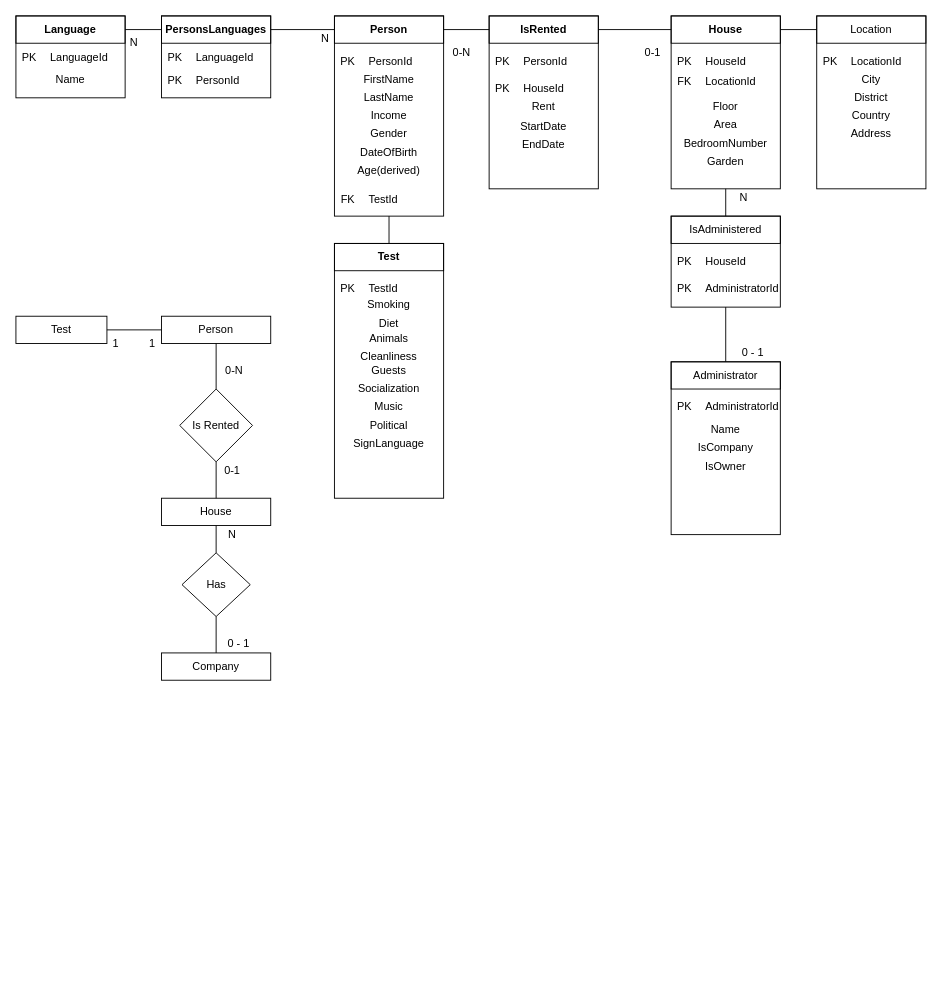
The draw.io diagram Schemas/ERDiagram.drawio in DimitraK92/Your_New_House_Mate_TeamProject, before the edit. Source tidied: cells renumbered, new cells numbered last; positions are measured from the earlier drawing's top-left corner, leaving out a move shared by most shapes. Both pictures are drawn from the tidied source at 91%, with x=0, y=0 at pixel (15, 15).
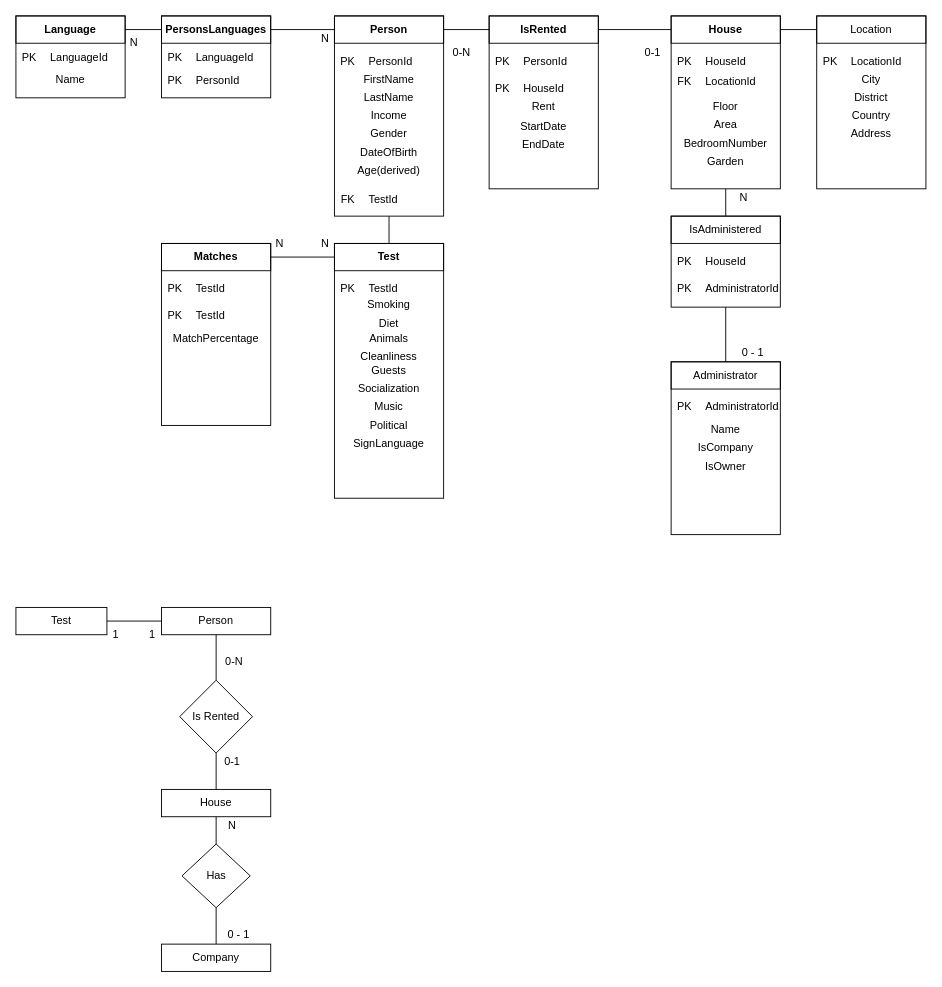
The same page after the edit.

Unchanged cells that the change refers to:
```xml
<mxCell id="118" value="&lt;b&gt;Test&lt;/b&gt;" style="rounded=0;whiteSpace=wrap;html=1;fillColor=none;" parent="1" vertex="1">
  <mxGeometry x="350" y="250" width="120" height="30" as="geometry" />
</mxCell>
```

What changed in the source:
```diff
@@
     <mxCell id="2" value="Person" style="rounded=0;whiteSpace=wrap;html=1;fillColor=none;" parent="1" vertex="1">
-      <mxGeometry x="160" y="330" width="120" height="30" as="geometry" />
+      <mxGeometry x="160" y="650" width="120" height="30" as="geometry" />
     </mxCell>
     <mxCell id="3" value="Company" style="rounded=0;whiteSpace=wrap;html=1;fillColor=none;" parent="1" vertex="1">
-      <mxGeometry x="160" y="700" width="120" height="30" as="geometry" />
+      <mxGeometry x="160" y="1020" width="120" height="30" as="geometry" />
     </mxCell>
     <mxCell id="4" value="Has" style="rhombus;whiteSpace=wrap;html=1;fillColor=none;" parent="1" vertex="1">
-      <mxGeometry x="182.5" y="590" width="75" height="70" as="geometry" />
+      <mxGeometry x="182.5" y="910" width="75" height="70" as="geometry" />
     </mxCell>
     <mxCell id="5" value="House" style="rounded=0;whiteSpace=wrap;html=1;fillColor=none;" parent="1" vertex="1">
-      <mxGeometry x="160" y="530" width="120" height="30" as="geometry" />
+      <mxGeometry x="160" y="850" width="120" height="30" as="geometry" />
     </mxCell>
     <mxCell id="6" value="0 - 1" style="text;html=1;strokeColor=none;fillColor=none;align=center;verticalAlign=middle;whiteSpace=wrap;rounded=0;" parent="1" vertex="1">
-      <mxGeometry x="225" y="680" width="40" height="20" as="geometry" />
+      <mxGeometry x="225" y="1000" width="40" height="20" as="geometry" />
     </mxCell>
     <mxCell id="7" value="N" style="text;html=1;strokeColor=none;fillColor=none;align=center;verticalAlign=middle;whiteSpace=wrap;rounded=0;" parent="1" vertex="1">
-      <mxGeometry x="217.5" y="560" width="40" height="20" as="geometry" />
+      <mxGeometry x="217.5" y="880" width="40" height="20" as="geometry" />
     </mxCell>
     <mxCell id="8" value="Is Rented" style="rhombus;whiteSpace=wrap;html=1;fillColor=none;" parent="1" vertex="1">
-      <mxGeometry x="180" y="410" width="80" height="80" as="geometry" />
+      <mxGeometry x="180" y="730" width="80" height="80" as="geometry" />
     </mxCell>
     <mxCell id="9" value="0-1" style="text;html=1;strokeColor=none;fillColor=none;align=center;verticalAlign=middle;whiteSpace=wrap;rounded=0;" parent="1" vertex="1">
-      <mxGeometry x="217.5" y="490" width="40" height="20" as="geometry" />
+      <mxGeometry x="217.5" y="810" width="40" height="20" as="geometry" />
     </mxCell>
     <mxCell id="10" value="0-N" style="text;html=1;strokeColor=none;fillColor=none;align=center;verticalAlign=middle;whiteSpace=wrap;rounded=0;" parent="1" vertex="1">
-      <mxGeometry x="220" y="380" width="40" height="20" as="geometry" />
+      <mxGeometry x="220" y="700" width="40" height="20" as="geometry" />
     </mxCell>
     <mxCell id="11" style="endArrow=none;html=1;exitX=0.5;exitY=1;exitDx=0;exitDy=0;" parent="1" edge="1" source="8">
       <mxGeometry relative="1" as="geometry">
-        <mxPoint x="220" y="530" as="targetPoint" />
+        <mxPoint x="220" y="850" as="targetPoint" />
       </mxGeometry>
     </mxCell>
@@
     <mxCell id="15" value="Test" style="rounded=0;whiteSpace=wrap;html=1;fillColor=none;" parent="1" vertex="1">
-      <mxGeometry y="330" width="100" height="30" as="geometry" />
+      <mxGeometry y="650" width="100" height="30" as="geometry" />
     </mxCell>
@@
     <mxCell id="17" value="1&lt;br&gt;" style="text;html=1;strokeColor=none;fillColor=none;align=center;verticalAlign=middle;whiteSpace=wrap;rounded=0;" parent="1" vertex="1">
-      <mxGeometry x="130" y="350" width="40" height="20" as="geometry" />
+      <mxGeometry x="130" y="670" width="40" height="20" as="geometry" />
     </mxCell>
     <mxCell id="18" value="1&lt;br&gt;" style="text;html=1;strokeColor=none;fillColor=none;align=center;verticalAlign=middle;whiteSpace=wrap;rounded=0;" parent="1" vertex="1">
-      <mxGeometry x="90" y="350" width="40" height="20" as="geometry" />
+      <mxGeometry x="90" y="670" width="40" height="20" as="geometry" />
     </mxCell>
@@
-    <mxCell id="120" style="shape=table;startSize=0;childLayout=tableLayout;rowLines=0;fontStyle=0;align=center;strokeColor=none;fillColor=none;" parent="1" vertex="1">
+    <mxCell id="120" style="shape=table;startSize=0;childLayout=tableLayout;rowLines=0;fontStyle=1;align=center;strokeColor=none;fillColor=none;" parent="1" vertex="1">
       <mxGeometry x="350" y="280" width="120" height="38" as="geometry" />
     </mxCell>
@@
+    <mxCell id="137" style="rounded=0;whiteSpace=wrap;html=1;fillColor=none;" parent="1" vertex="1">
+      <mxGeometry x="160" y="250" width="120" height="200" as="geometry" />
+    </mxCell>
+    <mxCell id="138" style="shape=table;startSize=0;childLayout=tableLayout;rowLines=0;fontStyle=0;align=center;strokeColor=none;fillColor=none;" parent="1" vertex="1">
+      <mxGeometry x="160" y="280" width="120" height="38" as="geometry" />
+    </mxCell>
+    <mxCell id="139" style="shape=partialRectangle;fillColor=none;top=0;left=0;bottom=0;right=0;" parent="138" vertex="1">
+      <mxGeometry width="120" height="38" as="geometry" />
+    </mxCell>
+    <mxCell id="140" value="PK" style="shape=partialRectangle;fillColor=none;top=0;left=0;bottom=0;right=0;fontStyle=0;overflow=hidden;" parent="139" vertex="1">
+      <mxGeometry width="30" height="38" as="geometry" />
+    </mxCell>
+    <mxCell id="141" value="TestId" style="shape=partialRectangle;fillColor=none;top=0;left=0;bottom=0;right=0;align=left;spacingLeft=6;fontStyle=0;overflow=hidden;" parent="139" vertex="1">
+      <mxGeometry x="30" width="90" height="38" as="geometry" />
+    </mxCell>
+    <mxCell id="142" style="shape=table;startSize=0;childLayout=tableLayout;rowLines=0;fontStyle=0;align=center;strokeColor=none;fillColor=none;" parent="1" vertex="1">
+      <mxGeometry x="160" y="309" width="120" height="38" as="geometry" />
+    </mxCell>
+    <mxCell id="143" style="shape=partialRectangle;fillColor=none;top=0;left=0;bottom=0;right=0;" parent="142" vertex="1">
+      <mxGeometry width="120" height="38" as="geometry" />
+    </mxCell>
+    <mxCell id="144" value="PK" style="shape=partialRectangle;fillColor=none;top=0;left=0;bottom=0;right=0;fontStyle=0;overflow=hidden;" parent="143" vertex="1">
+      <mxGeometry width="30" height="38" as="geometry" />
+    </mxCell>
+    <mxCell id="145" value="TestId" style="shape=partialRectangle;fillColor=none;top=0;left=0;bottom=0;right=0;align=left;spacingLeft=6;fontStyle=0;overflow=hidden;" parent="143" vertex="1">
+      <mxGeometry x="30" width="90" height="38" as="geometry" />
+    </mxCell>
+    <mxCell id="146" value="Matches" style="rounded=0;whiteSpace=wrap;html=1;fillColor=none;fontStyle=1;" parent="1" vertex="1">
+      <mxGeometry x="160" y="250" width="120" height="30" as="geometry" />
+    </mxCell>
+    <mxCell id="147" style="endArrow=none;html=1;exitX=0;exitY=0.5;exitDx=0;exitDy=0;" parent="1" edge="1" source="118" target="146">
+      <mxGeometry relative="1" as="geometry" />
+    </mxCell>
+    <mxCell id="148" value="N" style="text;html=1;strokeColor=none;fillColor=none;align=center;verticalAlign=middle;whiteSpace=wrap;rounded=0;" parent="1" vertex="1">
+      <mxGeometry x="320" y="240" width="40" height="20" as="geometry" />
+    </mxCell>
+    <mxCell id="149" value="N" style="text;html=1;strokeColor=none;fillColor=none;align=center;verticalAlign=middle;whiteSpace=wrap;rounded=0;" parent="1" vertex="1">
+      <mxGeometry x="270" y="240" width="40" height="20" as="geometry" />
+    </mxCell>
+    <mxCell id="150" value="MatchPercentage" style="text;html=1;strokeColor=none;fillColor=none;align=center;verticalAlign=middle;whiteSpace=wrap;rounded=0;" parent="1" vertex="1">
+      <mxGeometry x="160" y="345" width="120" height="20" as="geometry" />
+    </mxCell>
```
